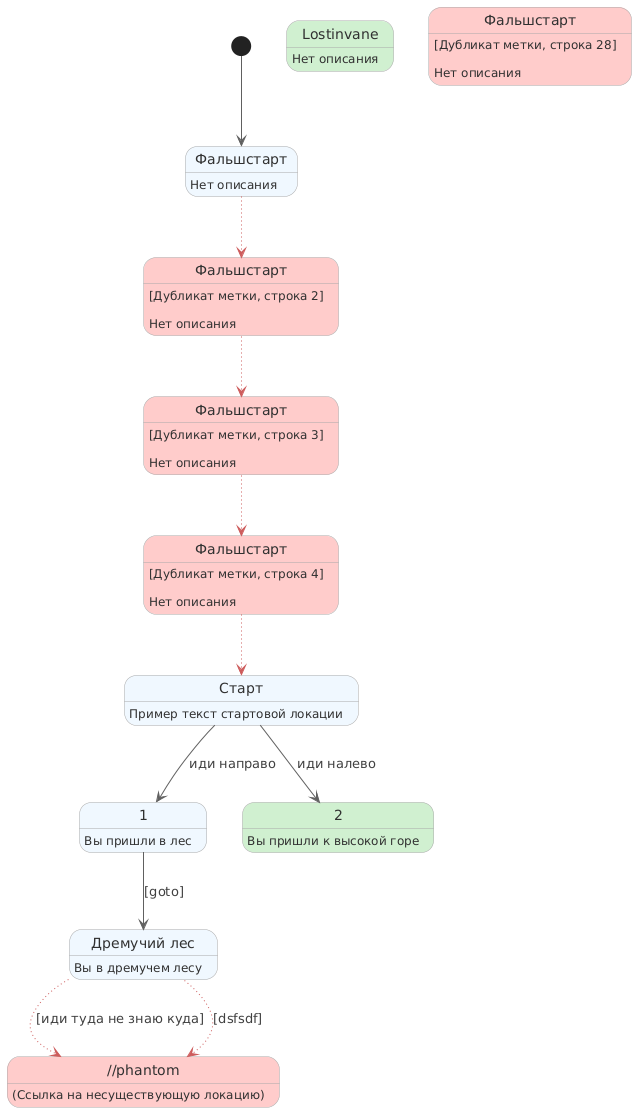
teenbull/urq2puml keeps this PlantUML diagram as tests/test.png. Above is the earlier version.
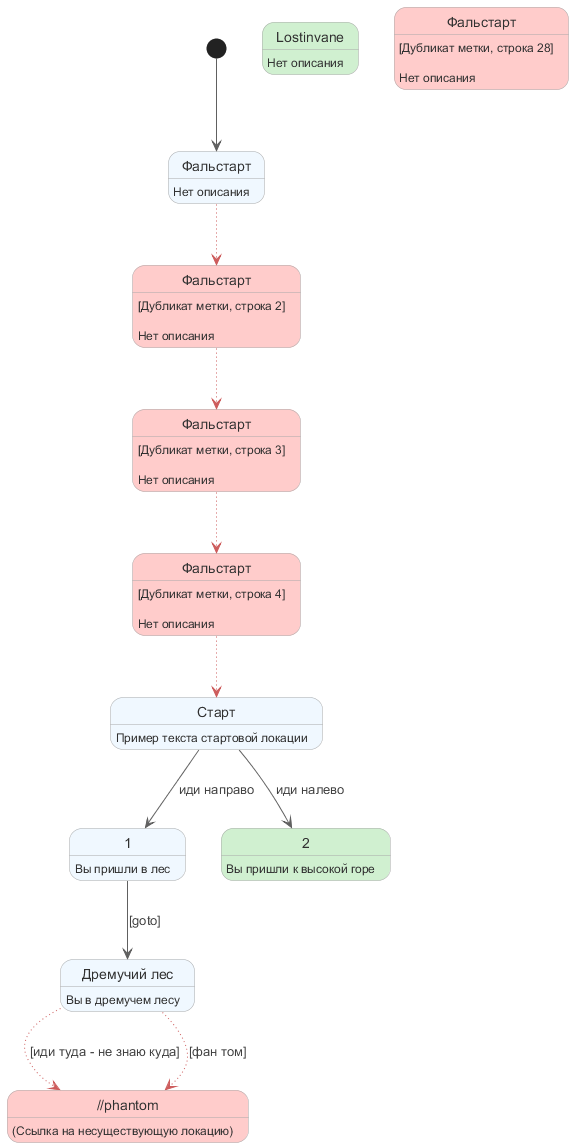
Later version of the same file.

The edit, as a diff of the source:
```diff
@@ -9,10 +9,10 @@
     FontColor #303030
     ArrowFontColor #404040
 }
-state "Фальшстарт" as 0
+state "Фальстарт" as 0
 0: Нет описания
 state "Старт" as 4
-4: Пример текст стартовой локации
+4: Пример текста стартовой локации
 state "Дремучий лес" as 5
 5: Вы в дремучем лесу
 state "1" as 6
@@ -21,22 +21,22 @@
 7: Вы пришли к высокой горе
 state "Lostinvane" as 9 #d0f0d0
 9: Нет описания
-state "Фальшстарт" as 8 #ffcccb
+state "Фальстарт" as 8 #ffcccb
 8: [Дубликат метки, строка 28]\n\nНет описания
-state "Фальшстарт" as 3 #ffcccb
+state "Фальстарт" as 3 #ffcccb
 3: [Дубликат метки, строка 4]\n\nНет описания
-state "Фальшстарт" as 2 #ffcccb
+state "Фальстарт" as 2 #ffcccb
 2: [Дубликат метки, строка 3]\n\nНет описания
-state "Фальшстарт" as 1 #ffcccb
+state "Фальстарт" as 1 #ffcccb
 1: [Дубликат метки, строка 2]\n\nНет описания
 [*] --> 0
 4 --> 6 : иди направо
 4 --> 7 : иди налево
-5 -[#CD5C5C,dotted]-> PHANTOM_NODE_URQ : [иди туда не знаю куда]
+5 -[#CD5C5C,dotted]-> PHANTOM_NODE_URQ : [иди туда - не знаю куда]
 0 -[#CD5C5C,dotted]-> 1
 1 -[#CD5C5C,dotted]-> 2
 2 -[#CD5C5C,dotted]-> 3
 3 -[#CD5C5C,dotted]-> 4
-5 -[#CD5C5C,dotted]-> PHANTOM_NODE_URQ : [dsfsdf]
+5 -[#CD5C5C,dotted]-> PHANTOM_NODE_URQ : [фан том]
 6 --> 5 : [goto]
 @enduml
```
